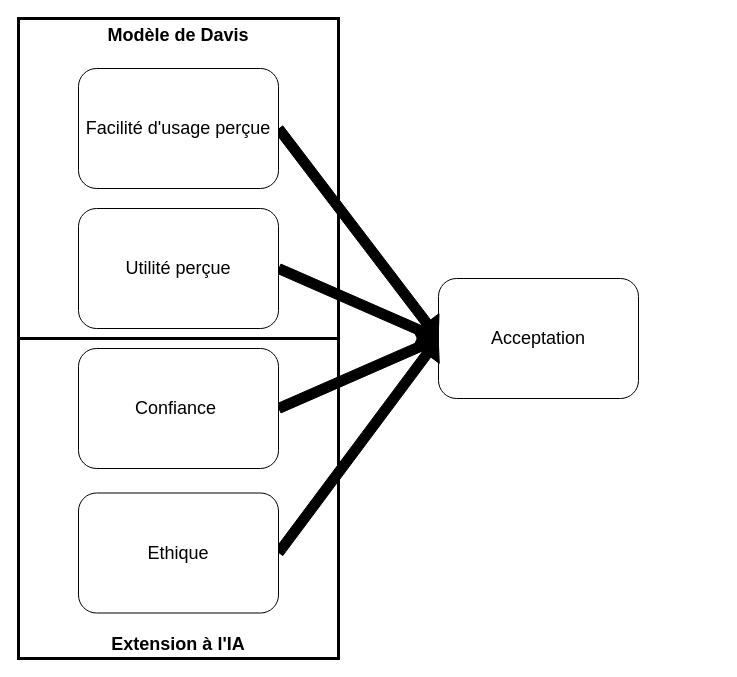
Fabrice-64/Drawings keeps this draw.io diagram as page "Méthode TAM Adaptée" (3 of 4) of Relation individu-données-technologies.drawio. Above is the earlier version. Source tidied: cells renumbered, new cells numbered last; positions are measured from the earlier drawing's top-left corner, leaving out a move shared by most shapes. Both pictures are drawn from the tidied source at 100%, with x=0, y=0 at pixel (18, 18).
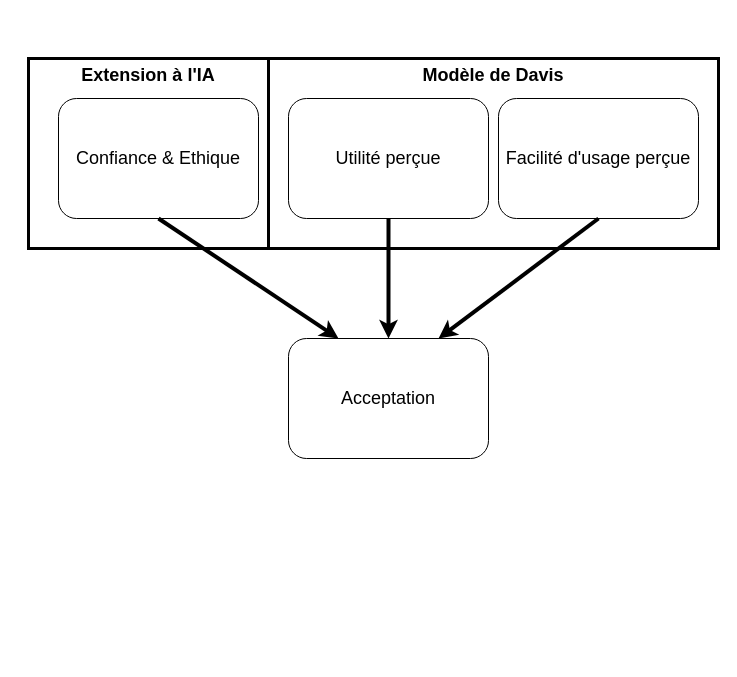
Above is the later version.

Commit message:
Correction modèle de Davis adapté

What changed in the source:
```diff
@@
 <mxGraphModel>
   <root>
     <mxCell id="0" />
     <mxCell id="1" parent="0" />
-    <mxCell id="2" value="&lt;font style=&quot;font-size: 18px;&quot;&gt;&lt;b&gt;Extension à l'IA&lt;/b&gt;&lt;/font&gt;" style="rounded=0;whiteSpace=wrap;html=1;verticalAlign=bottom;strokeWidth=3;" parent="1" vertex="1">
-      <mxGeometry y="320" width="320" height="320" as="geometry" />
+    <mxCell id="2" value="&lt;font style=&quot;font-size: 18px;&quot;&gt;&lt;b&gt;Extension à l'IA&lt;/b&gt;&lt;/font&gt;" style="rounded=0;whiteSpace=wrap;html=1;verticalAlign=top;strokeWidth=3;" parent="1" vertex="1">
+      <mxGeometry x="10" y="40" width="240" height="190" as="geometry" />
     </mxCell>
     <mxCell id="3" value="&lt;font style=&quot;font-size: 18px;&quot;&gt;&lt;b&gt;Modèle de Davis&lt;/b&gt;&lt;/font&gt;" style="rounded=0;whiteSpace=wrap;html=1;verticalAlign=top;strokeWidth=3;" parent="1" vertex="1">
-      <mxGeometry width="320" height="320" as="geometry" />
+      <mxGeometry x="250" y="40" width="450" height="190" as="geometry" />
     </mxCell>
     <mxCell id="4" value="Acceptation" style="rounded=1;whiteSpace=wrap;html=1;fontSize=18;" parent="1" vertex="1">
-      <mxGeometry x="420" y="260" width="200" height="120" as="geometry" />
+      <mxGeometry x="270" y="320" width="200" height="120" as="geometry" />
     </mxCell>
-    <mxCell id="5" style="shape=flexArrow;endArrow=classic;html=1;rounded=0;exitX=1;exitY=0.5;exitDx=0;exitDy=0;strokeColor=#000000;fillColor=#000000;entryX=0;entryY=0.5;entryDx=0;entryDy=0;" parent="1" edge="1" source="12" target="4">
-      <mxGeometry relative="1" as="geometry" />
-    </mxCell>
-    <mxCell id="6" style="shape=flexArrow;endArrow=classic;html=1;rounded=0;entryX=0;entryY=0.5;entryDx=0;entryDy=0;exitX=1;exitY=0.5;exitDx=0;exitDy=0;fillColor=#000000;" parent="1" edge="1" source="11" target="4">
-      <mxGeometry relative="1" as="geometry" />
-    </mxCell>
-    <mxCell id="7" style="shape=flexArrow;endArrow=classic;html=1;rounded=0;entryX=0;entryY=0.5;entryDx=0;entryDy=0;exitX=1;exitY=0.5;exitDx=0;exitDy=0;fillColor=#000000;" parent="1" edge="1" source="10" target="4">
-      <mxGeometry relative="1" as="geometry" />
-    </mxCell>
-    <mxCell id="8" style="shape=flexArrow;endArrow=classic;html=1;rounded=0;entryX=0;entryY=0.5;entryDx=0;entryDy=0;exitX=1;exitY=0.5;exitDx=0;exitDy=0;fillColor=#000000;" parent="1" edge="1" source="9" target="4">
-      <mxGeometry relative="1" as="geometry" />
-    </mxCell>
-    <mxCell id="9" value="Ethique" style="rounded=1;whiteSpace=wrap;html=1;fontSize=18;" parent="1" vertex="1">
-      <mxGeometry x="60" y="474.5" width="200" height="120" as="geometry" />
-    </mxCell>
-    <mxCell id="10" value="Confiance&amp;nbsp;" style="rounded=1;whiteSpace=wrap;html=1;fontSize=18;" parent="1" vertex="1">
-      <mxGeometry x="60" y="330" width="200" height="120" as="geometry" />
+    <mxCell id="10" value="Confiance &amp;amp; Ethique" style="rounded=1;whiteSpace=wrap;html=1;fontSize=18;" parent="1" vertex="1">
+      <mxGeometry x="40" y="80" width="200" height="120" as="geometry" />
     </mxCell>
     <mxCell id="11" value="Utilité perçue" style="rounded=1;whiteSpace=wrap;html=1;fontSize=18;" parent="1" vertex="1">
-      <mxGeometry x="60" y="190" width="200" height="120" as="geometry" />
+      <mxGeometry x="270" y="80" width="200" height="120" as="geometry" />
     </mxCell>
     <mxCell id="12" value="Facilité d'usage perçue" style="rounded=1;whiteSpace=wrap;html=1;fontSize=18;" parent="1" vertex="1">
-      <mxGeometry x="60" y="50" width="200" height="120" as="geometry" />
+      <mxGeometry x="480" y="80" width="200" height="120" as="geometry" />
     </mxCell>
+    <mxCell id="13" style="edgeStyle=orthogonalEdgeStyle;rounded=0;orthogonalLoop=1;jettySize=auto;html=1;exitX=0.5;exitY=1;exitDx=0;exitDy=0;" parent="1" edge="1" source="2" target="2">
+      <mxGeometry relative="1" as="geometry" />
+    </mxCell>
+    <mxCell id="7" style="endArrow=classic;html=1;rounded=0;exitX=0.5;exitY=1;exitDx=0;exitDy=0;entryX=0.25;entryY=0;entryDx=0;entryDy=0;strokeWidth=4;" parent="1" edge="1" source="10" target="4">
+      <mxGeometry relative="1" as="geometry" />
+    </mxCell>
+    <mxCell id="6" style="endArrow=classic;html=1;rounded=0;exitX=0.5;exitY=1;exitDx=0;exitDy=0;entryX=0.5;entryY=0;entryDx=0;entryDy=0;strokeWidth=4;" parent="1" edge="1" source="11" target="4">
+      <mxGeometry relative="1" as="geometry" />
+    </mxCell>
+    <mxCell id="5" style="endArrow=classic;html=1;rounded=0;exitX=0.5;exitY=1;exitDx=0;exitDy=0;entryX=0.75;entryY=0;entryDx=0;entryDy=0;strokeWidth=4;" parent="1" edge="1" source="12" target="4">
+      <mxGeometry relative="1" as="geometry" />
+    </mxCell>
   </root>
 </mxGraphModel>
```
